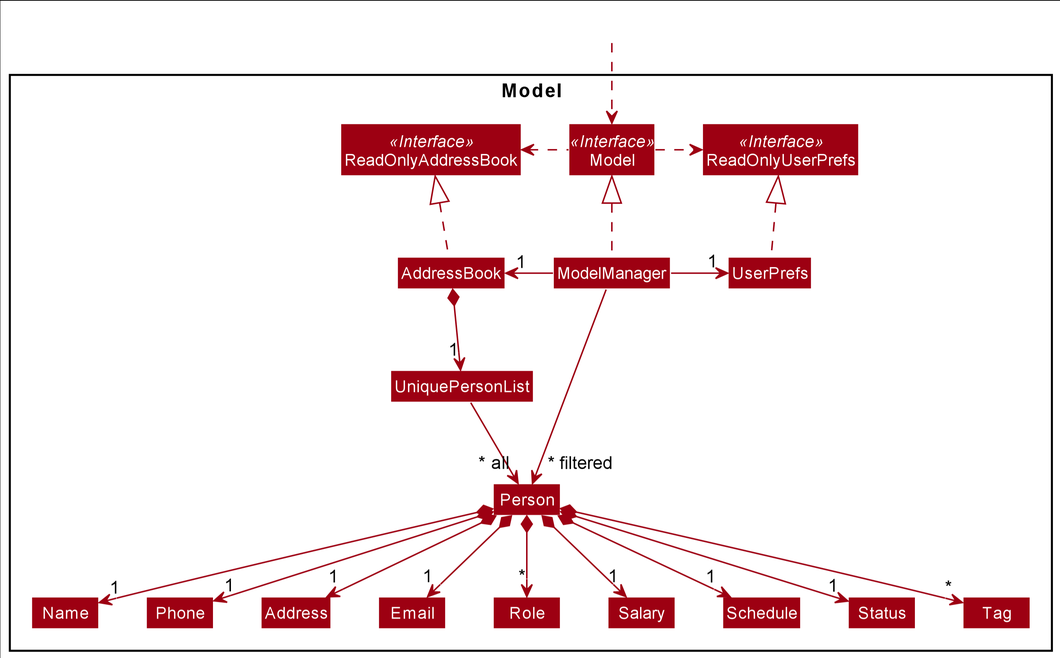
The PlantUML diagram docs/images/ModelClassDiagram.png in nus-cs2103-AY2122S1/tp, before a commit. Its source is kept beside it as docs/diagrams/ModelClassDiagram.puml.
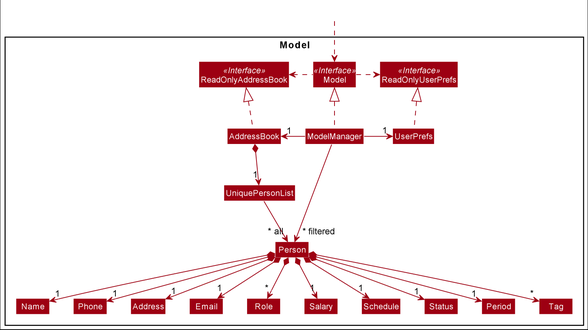
The same diagram one commit later.

Commit message:
Updated Model UML

What changed in the source:
```diff
@@ -26,6 +26,7 @@
 Class Email
 Class Name
 Class Phone
+Class Period
 Class Tag
 
 }
@@ -51,6 +52,7 @@
 Person *--> "1" Status
 Person *--> "1" Salary
 Person *--> "1" Address
+Person *--> "1" Period
 Person *--> "*" Tag
 Person *--> "*" Role
 
```
